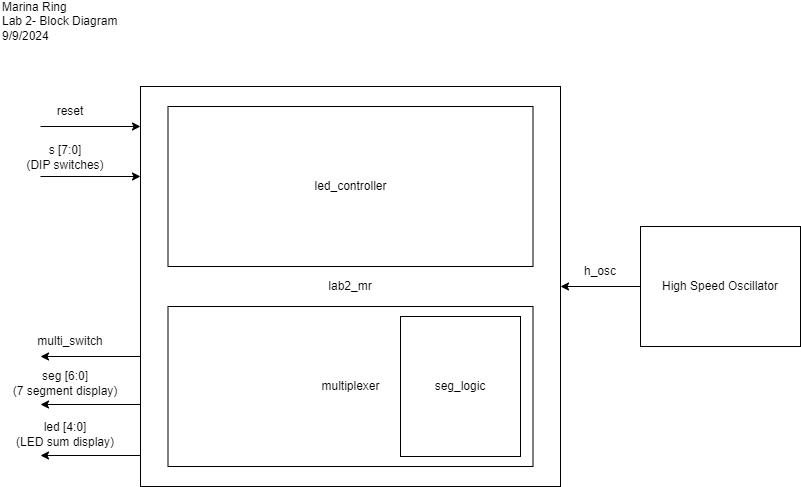
marinaring/marinaring.github.io keeps this draw.io diagram as images/Lab2/LAB2_BLOCK.png. Above is the earlier version. Source tidied: cells renumbered, new cells last; positions are measured from the earlier drawing's top-left corner, leaving out a move shared by most shapes.
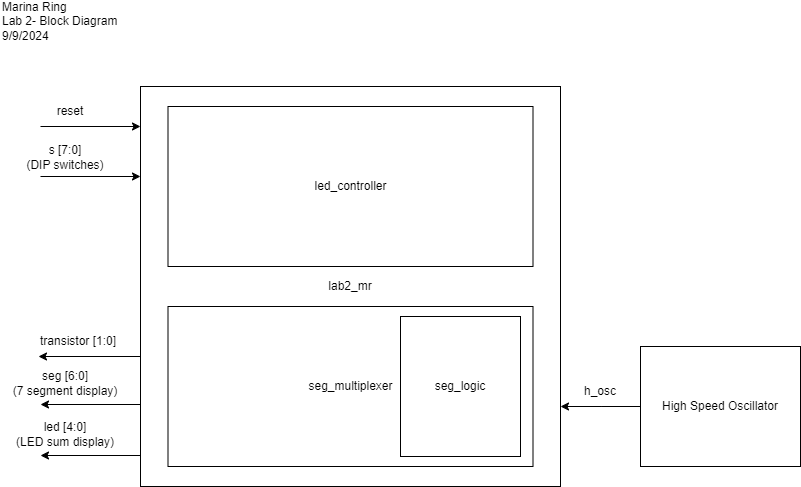
The same diagram one commit later.

What changed in the source:
```diff
@@ -8,19 +8,21 @@
     <mxCell id="3" value="lab2_mr" style="rounded=0;whiteSpace=wrap;html=1;" parent="1" vertex="1">
       <mxGeometry x="140" y="80" width="420" height="400" as="geometry" />
     </mxCell>
-    <mxCell id="4" style="edgeStyle=orthogonalEdgeStyle;rounded=0;jettySize=auto;html=1;" parent="1" edge="1" source="5" target="3">
-      <mxGeometry relative="1" as="geometry" />
+    <mxCell id="4" style="edgeStyle=orthogonalEdgeStyle;rounded=0;jettySize=auto;html=1;" parent="1" edge="1" source="5">
+      <mxGeometry relative="1" as="geometry">
+        <mxPoint x="560" y="400" as="targetPoint" />
+      </mxGeometry>
     </mxCell>
     <mxCell id="5" value="High Speed Oscillator" style="rounded=0;whiteSpace=wrap;html=1;" parent="1" vertex="1">
-      <mxGeometry x="640" y="220" width="160" height="120" as="geometry" />
+      <mxGeometry x="640" y="340" width="160" height="120" as="geometry" />
     </mxCell>
     <mxCell id="6" value="h_osc" style="text;html=1;align=center;verticalAlign=middle;whiteSpace=wrap;rounded=0;" parent="1" vertex="1">
-      <mxGeometry x="570" y="250" width="60" height="30" as="geometry" />
+      <mxGeometry x="570" y="370" width="60" height="30" as="geometry" />
     </mxCell>
     <mxCell id="7" value="led_controller" style="rounded=0;whiteSpace=wrap;html=1;" parent="1" vertex="1">
       <mxGeometry x="167.5" y="100" width="365" height="160" as="geometry" />
     </mxCell>
-    <mxCell id="8" value="multiplexer" style="rounded=0;whiteSpace=wrap;html=1;" parent="1" vertex="1">
+    <mxCell id="8" value="seg_multiplexer" style="rounded=0;whiteSpace=wrap;html=1;" parent="1" vertex="1">
       <mxGeometry x="167.5" y="300" width="365" height="160" as="geometry" />
     </mxCell>
     <mxCell id="9" value="seg_logic" style="rounded=0;whiteSpace=wrap;html=1;" parent="1" vertex="1">
@@ -61,8 +63,8 @@
         <mxPoint x="40" y="449" as="targetPoint" />
       </mxGeometry>
     </mxCell>
-    <mxCell id="18" value="multi_switch" style="text;html=1;align=center;verticalAlign=middle;whiteSpace=wrap;rounded=0;" parent="1" vertex="1">
-      <mxGeometry x="40" y="320" width="60" height="30" as="geometry" />
+    <mxCell id="18" value="transistor [1:0]" style="text;html=1;align=center;verticalAlign=middle;whiteSpace=wrap;rounded=0;" parent="1" vertex="1">
+      <mxGeometry x="38" y="320" width="80" height="30" as="geometry" />
     </mxCell>
     <mxCell id="19" style="endArrow=classic;html=1;rounded=0;exitX=0;exitY=1;exitDx=0;exitDy=0;entryX=0;entryY=1;entryDx=0;entryDy=0;" parent="1" edge="1" target="18">
       <mxGeometry relative="1" as="geometry">
```
